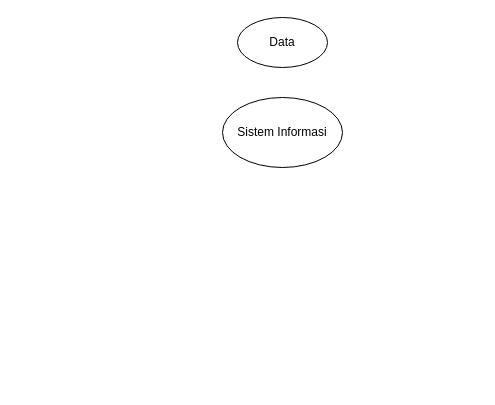
Above: metpen.drawio in damarss/XML (draw.io), before the change. Source tidied: cells renumbered, new cells numbered last; positions are measured from the earlier drawing's top-left corner, leaving out a move shared by most shapes. Both pictures are drawn from the tidied source at 100%, with x=0, y=0 at pixel (222, 17).
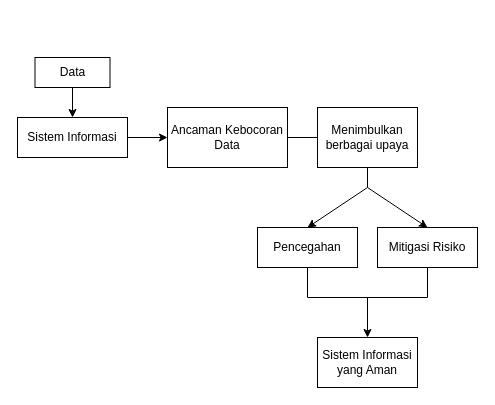
The same page after the edit.

What changed in the source:
```diff
@@
-    <mxCell id="2" value="Data" style="ellipse;whiteSpace=wrap;html=1;" parent="1" vertex="1">
-      <mxGeometry x="15" width="90" height="50" as="geometry" />
+    <mxCell id="2" value="Data" style="rectangle;whiteSpace=wrap;html=1;" parent="1" vertex="1">
+      <mxGeometry x="-187.5" y="40" width="75" height="30" as="geometry" />
     </mxCell>
-    <mxCell id="3" value="Sistem Informasi" style="ellipse;whiteSpace=wrap;html=1;" parent="1" vertex="1">
-      <mxGeometry y="80" width="120" height="70" as="geometry" />
+    <mxCell id="3" value="Sistem Informasi" style="rectangle;whiteSpace=wrap;html=1;" parent="1" vertex="1">
+      <mxGeometry x="-205" y="100" width="110" height="40" as="geometry" />
     </mxCell>
+    <mxCell id="4" style="endArrow=classic;html=1;rounded=0;entryX=0.5;entryY=0;entryDx=0;entryDy=0;exitX=0.5;exitY=1;exitDx=0;exitDy=0;" parent="1" edge="1" source="2" target="3">
+      <mxGeometry relative="1" as="geometry" />
+    </mxCell>
+    <mxCell id="5" value="Ancaman Kebocoran Data" style="rounded=0;whiteSpace=wrap;html=1;" parent="1" vertex="1">
+      <mxGeometry x="-55" y="90" width="120" height="60" as="geometry" />
+    </mxCell>
+    <mxCell id="6" style="endArrow=classic;html=1;rounded=0;exitX=1;exitY=0.5;exitDx=0;exitDy=0;entryX=0;entryY=0.5;entryDx=0;entryDy=0;" parent="1" edge="1" source="3" target="5">
+      <mxGeometry relative="1" as="geometry" />
+    </mxCell>
+    <mxCell id="7" value="Menimbulkan berbagai upaya" style="rectangle;html=1;strokeColor=default;fillColor=default;align=center;verticalAlign=middle;whiteSpace=wrap;rounded=0;" parent="1" vertex="1">
+      <mxGeometry x="95" y="90" width="100" height="60" as="geometry" />
+    </mxCell>
+    <mxCell id="8" style="endArrow=none;html=1;rounded=0;entryX=0;entryY=0.5;entryDx=0;entryDy=0;exitX=1;exitY=0.5;exitDx=0;exitDy=0;" parent="1" edge="1" source="5" target="7">
+      <mxGeometry relative="1" as="geometry" />
+    </mxCell>
+    <mxCell id="9" value="Pencegahan" style="rounded=0;whiteSpace=wrap;html=1;" parent="1" vertex="1">
+      <mxGeometry x="35" y="210" width="100" height="40" as="geometry" />
+    </mxCell>
+    <mxCell id="10" value="Mitigasi Risiko" style="rounded=0;whiteSpace=wrap;html=1;" parent="1" vertex="1">
+      <mxGeometry x="155" y="210" width="100" height="40" as="geometry" />
+    </mxCell>
+    <mxCell id="11" style="endArrow=none;html=1;rounded=0;exitX=0.5;exitY=1;exitDx=0;exitDy=0;" parent="1" edge="1" source="7">
+      <mxGeometry relative="1" as="geometry">
+        <mxPoint x="145" y="170" as="targetPoint" />
+      </mxGeometry>
+    </mxCell>
+    <mxCell id="12" style="endArrow=classic;html=1;rounded=0;entryX=0.5;entryY=0;entryDx=0;entryDy=0;" parent="1" edge="1" target="9">
+      <mxGeometry relative="1" as="geometry">
+        <mxPoint x="145" y="170" as="sourcePoint" />
+      </mxGeometry>
+    </mxCell>
+    <mxCell id="13" style="endArrow=classic;html=1;rounded=0;entryX=0.5;entryY=0;entryDx=0;entryDy=0;" parent="1" edge="1" target="10">
+      <mxGeometry relative="1" as="geometry">
+        <mxPoint x="145" y="170" as="sourcePoint" />
+      </mxGeometry>
+    </mxCell>
+    <mxCell id="14" style="endArrow=none;html=1;rounded=0;entryX=0.5;entryY=1;entryDx=0;entryDy=0;" parent="1" edge="1" target="9">
+      <mxGeometry relative="1" as="geometry">
+        <mxPoint x="85" y="280" as="sourcePoint" />
+      </mxGeometry>
+    </mxCell>
+    <mxCell id="15" style="endArrow=none;html=1;rounded=0;entryX=0.5;entryY=1;entryDx=0;entryDy=0;" parent="1" edge="1" target="10">
+      <mxGeometry relative="1" as="geometry">
+        <mxPoint x="205" y="280" as="sourcePoint" />
+      </mxGeometry>
+    </mxCell>
+    <mxCell id="16" style="endArrow=none;html=1;rounded=0;" parent="1" edge="1">
+      <mxGeometry relative="1" as="geometry">
+        <mxPoint x="205" y="280" as="sourcePoint" />
+        <mxPoint x="85" y="280" as="targetPoint" />
+      </mxGeometry>
+    </mxCell>
+    <mxCell id="17" style="endArrow=classic;html=1;rounded=0;" parent="1" edge="1" target="18">
+      <mxGeometry relative="1" as="geometry">
+        <mxPoint x="145" y="280" as="sourcePoint" />
+      </mxGeometry>
+    </mxCell>
+    <mxCell id="18" value="Sistem Informasi yang Aman" style="rounded=0;whiteSpace=wrap;html=1;" parent="1" vertex="1">
+      <mxGeometry x="95" y="320" width="100" height="50" as="geometry" />
+    </mxCell>
```
